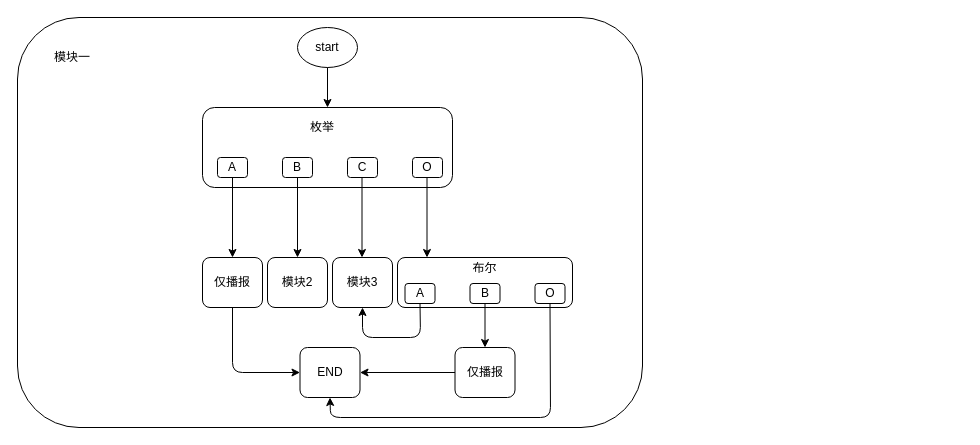
Above: spd.drawio in trey03/draw (draw.io), before the change. Source tidied: cells renumbered, new cells numbered last; positions are measured from the earlier drawing's top-left corner, leaving out a move shared by most shapes. Both pictures are drawn from the tidied source at 100%, with x=0, y=0 at pixel (17, 17).
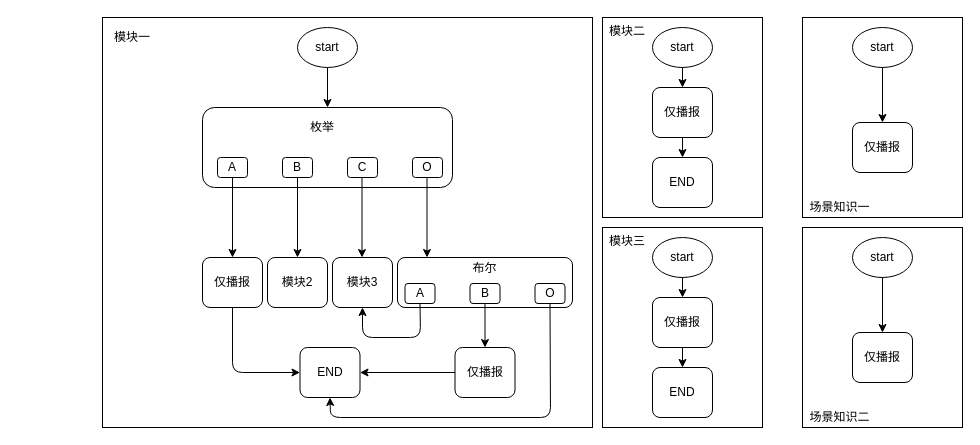
The same page after the edit.

Change to the diagram source:
```diff
@@
-    <mxCell id="2" style="rounded=1;whiteSpace=wrap;html=1;" parent="1" vertex="1">
-      <mxGeometry width="625" height="410" as="geometry" />
+    <mxCell id="2" style="rounded=0;whiteSpace=wrap;html=1;" parent="1" vertex="1">
+      <mxGeometry x="85" width="490" height="410" as="geometry" />
     </mxCell>
@@
     <mxCell id="29" value="模块一" style="text;html=1;strokeColor=none;fillColor=none;align=center;verticalAlign=middle;whiteSpace=wrap;rounded=0;" parent="1" vertex="1">
-      <mxGeometry x="35" y="30" width="40" height="20" as="geometry" />
+      <mxGeometry x="95" y="10" width="40" height="20" as="geometry" />
     </mxCell>
+    <mxCell id="30" style="rounded=0;whiteSpace=wrap;html=1;" parent="1" vertex="1">
+      <mxGeometry x="585" width="160" height="200" as="geometry" />
+    </mxCell>
+    <mxCell id="31" value="模块二" style="text;html=1;strokeColor=none;fillColor=none;align=center;verticalAlign=middle;whiteSpace=wrap;rounded=0;" parent="1" vertex="1">
+      <mxGeometry x="590" y="4" width="40" height="20" as="geometry" />
+    </mxCell>
+    <mxCell id="32" value="start" style="ellipse;whiteSpace=wrap;html=1;" parent="1" vertex="1">
+      <mxGeometry x="635" y="10" width="60" height="40" as="geometry" />
+    </mxCell>
+    <mxCell id="33" value="仅播报" style="rounded=1;whiteSpace=wrap;html=1;" parent="1" vertex="1">
+      <mxGeometry x="635" y="70" width="60" height="50" as="geometry" />
+    </mxCell>
+    <mxCell id="34" value="END" style="rounded=1;whiteSpace=wrap;html=1;" parent="1" vertex="1">
+      <mxGeometry x="635" y="140" width="60" height="50" as="geometry" />
+    </mxCell>
+    <mxCell id="35" style="endArrow=classic;html=1;exitX=0.5;exitY=1;exitDx=0;exitDy=0;entryX=0.5;entryY=0;entryDx=0;entryDy=0;" parent="1" edge="1" source="32" target="33">
+      <mxGeometry relative="1" as="geometry" />
+    </mxCell>
+    <mxCell id="36" style="endArrow=classic;html=1;exitX=0.5;exitY=1;exitDx=0;exitDy=0;entryX=0.5;entryY=0;entryDx=0;entryDy=0;" parent="1" edge="1" source="33" target="34">
+      <mxGeometry relative="1" as="geometry" />
+    </mxCell>
+    <mxCell id="37" style="rounded=0;whiteSpace=wrap;html=1;" parent="1" vertex="1">
+      <mxGeometry x="585" y="210" width="160" height="200" as="geometry" />
+    </mxCell>
+    <mxCell id="38" value="模块三" style="text;html=1;strokeColor=none;fillColor=none;align=center;verticalAlign=middle;whiteSpace=wrap;rounded=0;" parent="1" vertex="1">
+      <mxGeometry x="590" y="214" width="40" height="20" as="geometry" />
+    </mxCell>
+    <mxCell id="39" value="start" style="ellipse;whiteSpace=wrap;html=1;" parent="1" vertex="1">
+      <mxGeometry x="635" y="220" width="60" height="40" as="geometry" />
+    </mxCell>
+    <mxCell id="40" value="仅播报" style="rounded=1;whiteSpace=wrap;html=1;" parent="1" vertex="1">
+      <mxGeometry x="635" y="280" width="60" height="50" as="geometry" />
+    </mxCell>
+    <mxCell id="41" value="END" style="rounded=1;whiteSpace=wrap;html=1;" parent="1" vertex="1">
+      <mxGeometry x="635" y="350" width="60" height="50" as="geometry" />
+    </mxCell>
+    <mxCell id="42" style="endArrow=classic;html=1;exitX=0.5;exitY=1;exitDx=0;exitDy=0;entryX=0.5;entryY=0;entryDx=0;entryDy=0;" parent="1" edge="1" source="39" target="40">
+      <mxGeometry relative="1" as="geometry" />
+    </mxCell>
+    <mxCell id="43" style="endArrow=classic;html=1;exitX=0.5;exitY=1;exitDx=0;exitDy=0;entryX=0.5;entryY=0;entryDx=0;entryDy=0;" parent="1" edge="1" source="40" target="41">
+      <mxGeometry relative="1" as="geometry" />
+    </mxCell>
+    <mxCell id="44" style="rounded=0;whiteSpace=wrap;html=1;" parent="1" vertex="1">
+      <mxGeometry x="785" width="160" height="200" as="geometry" />
+    </mxCell>
+    <mxCell id="45" value="场景知识一" style="text;html=1;strokeColor=none;fillColor=none;align=center;verticalAlign=middle;whiteSpace=wrap;rounded=0;" parent="1" vertex="1">
+      <mxGeometry x="785" y="180" width="75" height="20" as="geometry" />
+    </mxCell>
+    <mxCell id="46" value="start" style="ellipse;whiteSpace=wrap;html=1;" parent="1" vertex="1">
+      <mxGeometry x="835" y="10" width="60" height="40" as="geometry" />
+    </mxCell>
+    <mxCell id="47" value="仅播报" style="rounded=1;whiteSpace=wrap;html=1;" parent="1" vertex="1">
+      <mxGeometry x="835" y="105" width="60" height="50" as="geometry" />
+    </mxCell>
+    <mxCell id="48" style="endArrow=classic;html=1;exitX=0.5;exitY=1;exitDx=0;exitDy=0;entryX=0.5;entryY=0;entryDx=0;entryDy=0;" parent="1" edge="1" source="46" target="47">
+      <mxGeometry relative="1" as="geometry" />
+    </mxCell>
+    <mxCell id="49" style="rounded=0;whiteSpace=wrap;html=1;" parent="1" vertex="1">
+      <mxGeometry x="785" y="210" width="160" height="200" as="geometry" />
+    </mxCell>
+    <mxCell id="50" value="场景知识二" style="text;html=1;strokeColor=none;fillColor=none;align=center;verticalAlign=middle;whiteSpace=wrap;rounded=0;" parent="1" vertex="1">
+      <mxGeometry x="790" y="390" width="65" height="20" as="geometry" />
+    </mxCell>
+    <mxCell id="51" value="start" style="ellipse;whiteSpace=wrap;html=1;" parent="1" vertex="1">
+      <mxGeometry x="835" y="220" width="60" height="40" as="geometry" />
+    </mxCell>
+    <mxCell id="52" value="仅播报" style="rounded=1;whiteSpace=wrap;html=1;" parent="1" vertex="1">
+      <mxGeometry x="835" y="315" width="60" height="50" as="geometry" />
+    </mxCell>
+    <mxCell id="53" style="endArrow=classic;html=1;exitX=0.5;exitY=1;exitDx=0;exitDy=0;entryX=0.5;entryY=0;entryDx=0;entryDy=0;" parent="1" edge="1" source="51" target="52">
+      <mxGeometry relative="1" as="geometry" />
+    </mxCell>
```
